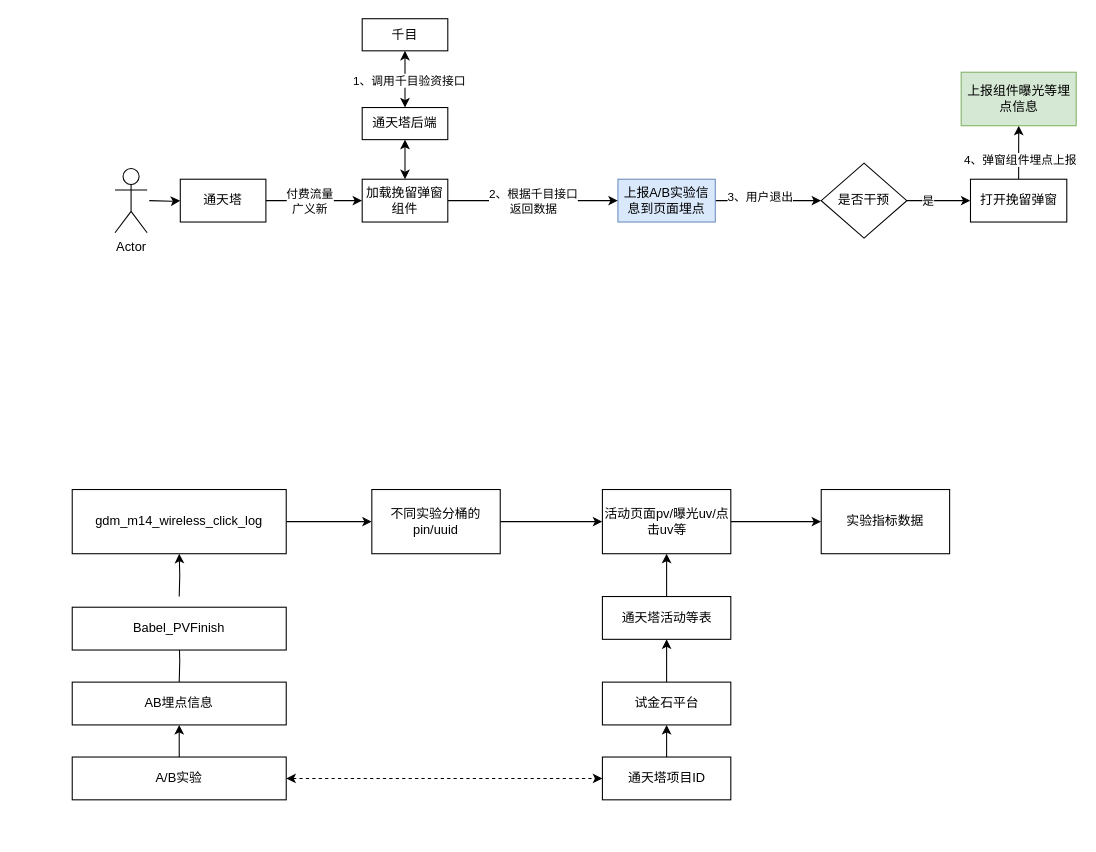
Earlier version of the draw.io diagram 挽留弹窗ab实验.drawio (BlankKelly/diagrams). Source tidied: cells renumbered, new cells numbered last; positions are measured from the earlier drawing's top-left corner, leaving out a move shared by most shapes. Both pictures are drawn from the tidied source at 107%, with x=0, y=0 at pixel (72, 18).
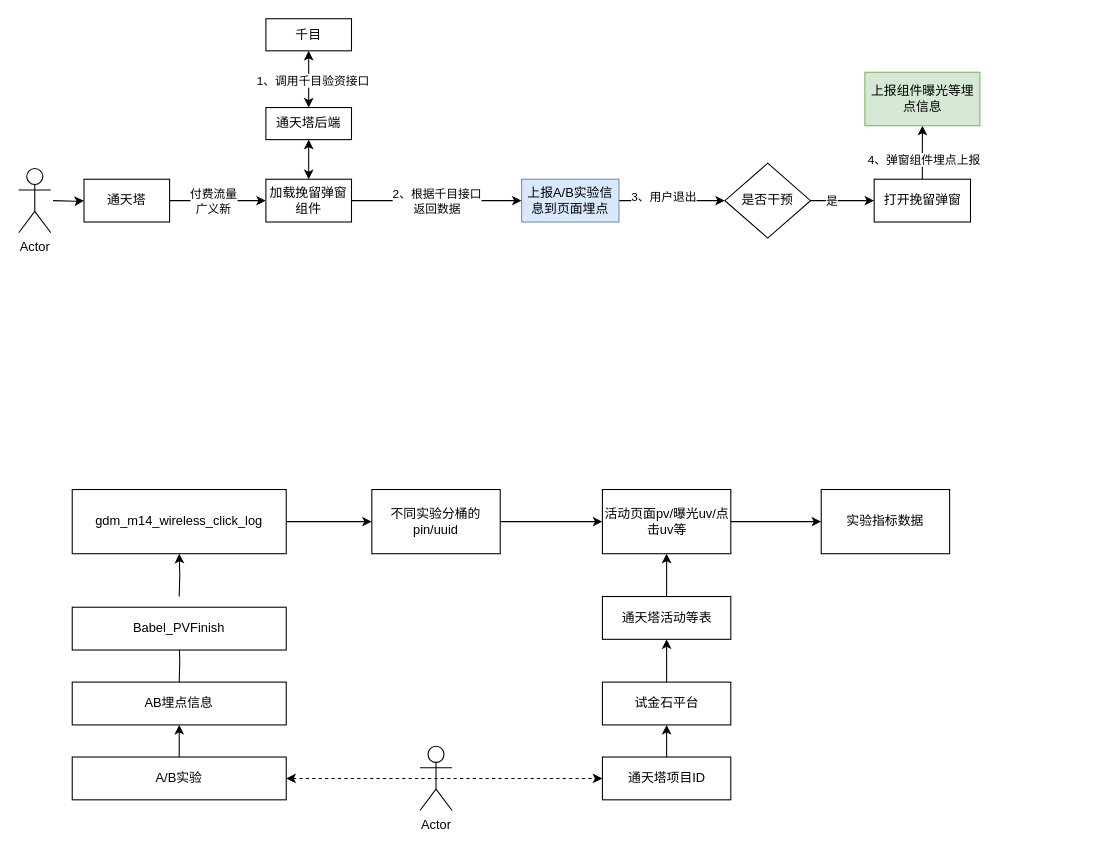
The same diagram, later.

Commit message:
更新挽留弹窗ab实验.drawio

The edit, as a diff of the source:
```diff
@@
     <mxCell id="2" style="edgeStyle=orthogonalEdgeStyle;rounded=0;jettySize=auto;html=1;" parent="1" edge="1" target="6">
       <mxGeometry relative="1" as="geometry">
-        <mxPoint x="72" y="170" as="sourcePoint" />
+        <mxPoint x="-18" y="170" as="sourcePoint" />
       </mxGeometry>
     </mxCell>
     <mxCell id="3" value="Actor" style="shape=umlActor;verticalLabelPosition=bottom;verticalAlign=top;html=1;" parent="1" vertex="1">
-      <mxGeometry x="40" y="140" width="30" height="60" as="geometry" />
+      <mxGeometry x="-50" y="140" width="30" height="60" as="geometry" />
     </mxCell>
@@
     <mxCell id="6" value="通天塔" style="rounded=0;whiteSpace=wrap;html=1;" parent="1" vertex="1">
-      <mxGeometry x="101" y="150" width="80" height="40" as="geometry" />
+      <mxGeometry x="11" y="150" width="80" height="40" as="geometry" />
     </mxCell>
@@
     <mxCell id="9" value="上报A/B实验信息到页面埋点" style="rounded=0;whiteSpace=wrap;html=1;fillColor=#dae8fc;strokeColor=#6c8ebf;" parent="1" vertex="1">
-      <mxGeometry x="510" y="150" width="91" height="40" as="geometry" />
+      <mxGeometry x="420" y="150" width="91" height="40" as="geometry" />
     </mxCell>
@@
     <mxCell id="12" value="是否干预" style="rhombus;whiteSpace=wrap;html=1;" parent="1" vertex="1">
-      <mxGeometry x="700" y="135" width="80" height="70" as="geometry" />
+      <mxGeometry x="610" y="135" width="80" height="70" as="geometry" />
     </mxCell>
@@
     <mxCell id="15" value="打开挽留弹窗" style="whiteSpace=wrap;html=1;" parent="1" vertex="1">
-      <mxGeometry x="839.5" y="150" width="90" height="40" as="geometry" />
+      <mxGeometry x="749.5" y="150" width="90" height="40" as="geometry" />
     </mxCell>
     <mxCell id="16" value="上报组件曝光等埋点信息" style="whiteSpace=wrap;html=1;fillColor=#d5e8d4;strokeColor=#82b366;" parent="1" vertex="1">
-      <mxGeometry x="830.8" y="50" width="107.5" height="50" as="geometry" />
+      <mxGeometry x="740.8" y="50" width="107.5" height="50" as="geometry" />
     </mxCell>
@@
     <mxCell id="20" value="加载挽留弹窗组件" style="rounded=0;whiteSpace=wrap;html=1;" parent="1" vertex="1">
-      <mxGeometry x="271" y="150" width="80" height="40" as="geometry" />
+      <mxGeometry x="181" y="150" width="80" height="40" as="geometry" />
     </mxCell>
@@
     <mxCell id="23" value="通天塔后端" style="rounded=0;whiteSpace=wrap;html=1;" parent="1" vertex="1">
-      <mxGeometry x="271" y="83" width="80" height="30" as="geometry" />
+      <mxGeometry x="181" y="83" width="80" height="30" as="geometry" />
     </mxCell>
     <mxCell id="24" value="千目" style="rounded=0;whiteSpace=wrap;html=1;" parent="1" vertex="1">
-      <mxGeometry x="271" width="80" height="30" as="geometry" />
+      <mxGeometry x="181" width="80" height="30" as="geometry" />
     </mxCell>
@@
+    <mxCell id="45" value="Actor" style="shape=umlActor;verticalLabelPosition=bottom;verticalAlign=top;html=1;" parent="1" vertex="1">
+      <mxGeometry x="325" y="680" width="30" height="60" as="geometry" />
+    </mxCell>
```
